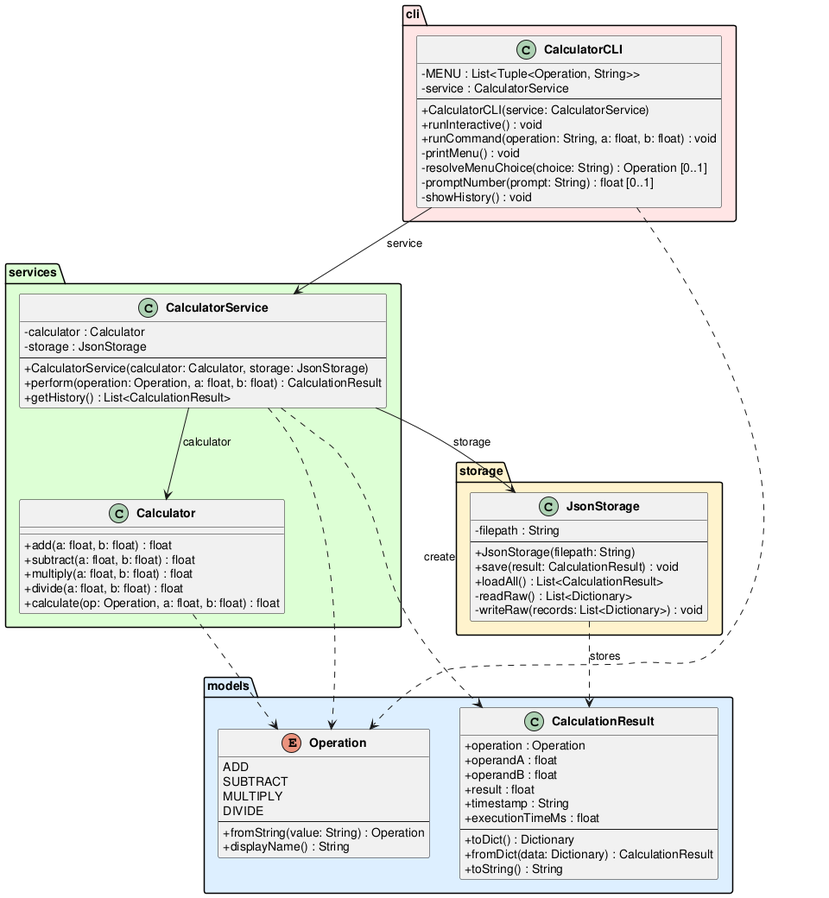
Earlier version of the PlantUML export experiments/supervisor_as_tools/user_stories/calculator/artifacts/class_diagram.png (DanielRiha8906/Software_autoevolution_using_agents).
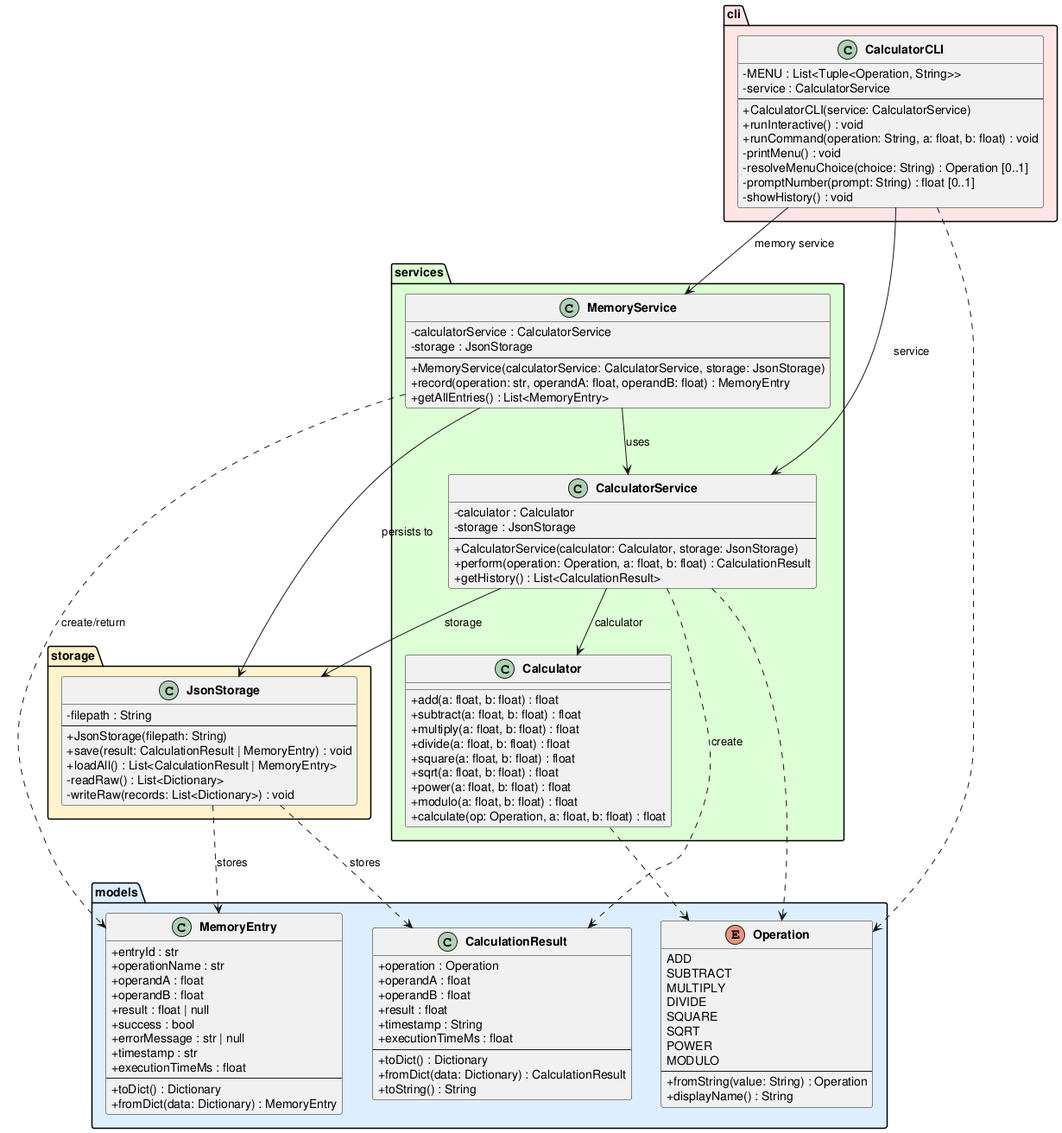
Later version of the same file.

Change to the diagram source:
```diff
@@ -9,6 +9,10 @@
         SUBTRACT
         MULTIPLY
         DIVIDE
+        SQUARE
+        SQRT
+        POWER
+        MODULO
         --
         +fromString(value: String) : Operation
         +displayName() : String
@@ -26,6 +30,21 @@
         +fromDict(data: Dictionary) : CalculationResult
         +toString() : String
     }
+
+    class MemoryEntry {
+        +entryId : str
+        +operationName : str
+        +operandA : float
+        +operandB : float
+        +result : float | null
+        +success : bool
+        +errorMessage : str | null
+        +timestamp : str
+        +executionTimeMs : float
+        --
+        +toDict() : Dictionary
+        +fromDict(data: Dictionary) : MemoryEntry
+    }
 }
 
 package "services" #DDFFD4 {
@@ -34,6 +53,10 @@
         +subtract(a: float, b: float) : float
         +multiply(a: float, b: float) : float
         +divide(a: float, b: float) : float
+        +square(a: float, b: float) : float
+        +sqrt(a: float, b: float) : float
+        +power(a: float, b: float) : float
+        +modulo(a: float, b: float) : float
         +calculate(op: Operation, a: float, b: float) : float
     }
 
@@ -45,6 +68,15 @@
         +perform(operation: Operation, a: float, b: float) : CalculationResult
         +getHistory() : List<CalculationResult>
     }
+
+    class MemoryService {
+        -calculatorService : CalculatorService
+        -storage : JsonStorage
+        --
+        +MemoryService(calculatorService: CalculatorService, storage: JsonStorage)
+        +record(operation: str, operandA: float, operandB: float) : MemoryEntry
+        +getAllEntries() : List<MemoryEntry>
+    }
 }
 
 package "storage" #FFF3CC {
@@ -52,8 +84,8 @@
         -filepath : String
         --
         +JsonStorage(filepath: String)
-        +save(result: CalculationResult) : void
-        +loadAll() : List<CalculationResult>
+        +save(result: CalculationResult | MemoryEntry) : void
+        +loadAll() : List<CalculationResult | MemoryEntry>
         -readRaw() : List<Dictionary>
         -writeRaw(records: List<Dictionary>) : void
     }
@@ -75,13 +107,18 @@
 }
 
 CalculatorCLI --> CalculatorService : service
+CalculatorCLI --> MemoryService : memory service
 CalculatorService --> Calculator : calculator
 CalculatorService --> JsonStorage : storage
+MemoryService --> CalculatorService : uses
+MemoryService --> JsonStorage : persists to
 
 CalculatorService ..> CalculationResult : create
+MemoryService ..> MemoryEntry : create/return
 CalculatorService ..> Operation
 CalculatorCLI ..> Operation
 Calculator ..> Operation
 JsonStorage ..> CalculationResult : stores
+JsonStorage ..> MemoryEntry : stores
 
 @enduml
```
